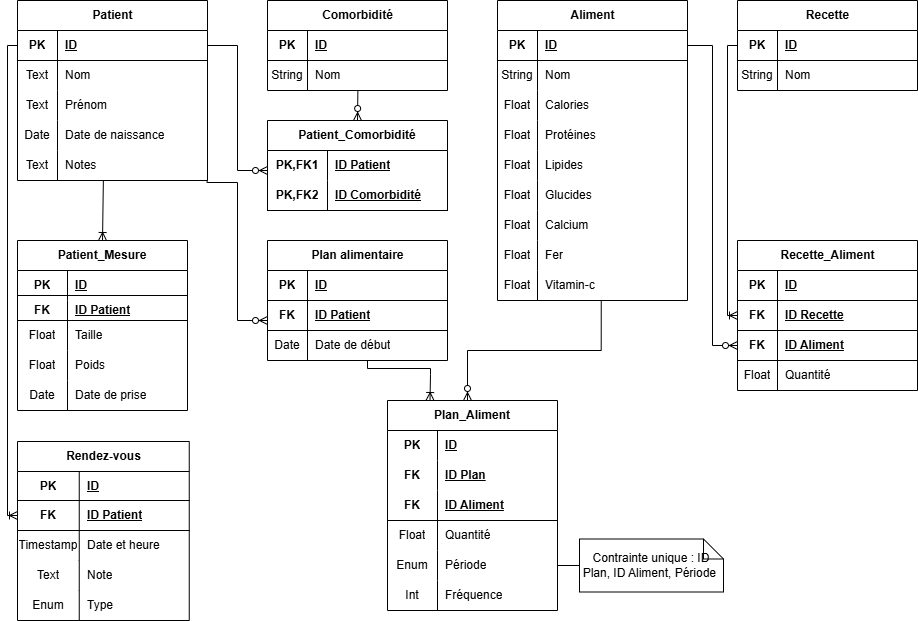
ZyDrew/DietLab-web keeps this draw.io diagram as docs/schema-db.png. Above is the earlier version. Source tidied: cells renumbered, new cells last; positions are measured from the earlier drawing's top-left corner, leaving out a move shared by most shapes.
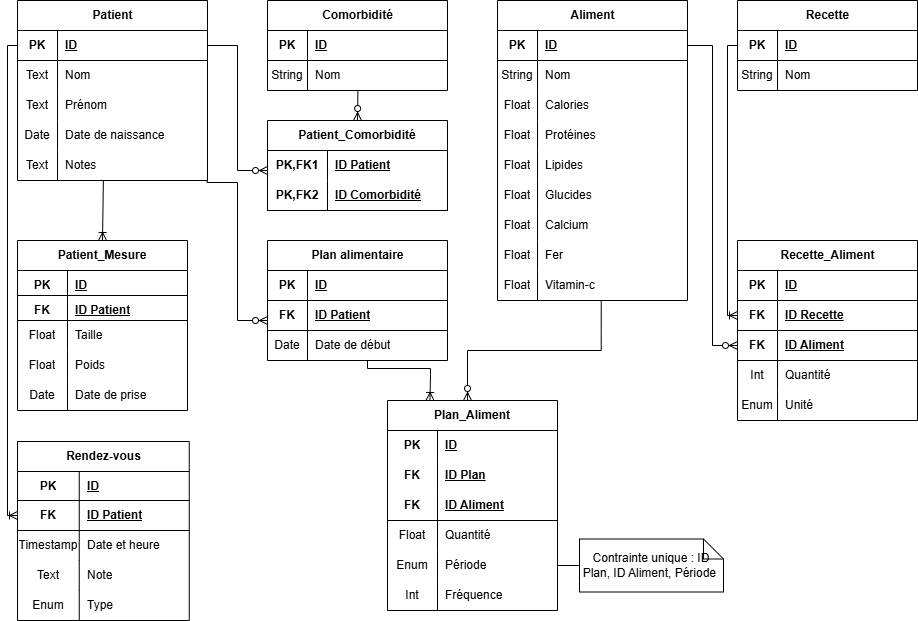
Later version of the same file.

Commit message:
v0.0.2 - Completed models + update on schemas + add dotenv

The edit, as a diff of the source:
```diff
@@ -373,7 +373,7 @@
       <mxGeometry x="40" width="140" height="30" as="geometry" />
     </mxCell>
     <mxCell id="119" value="Recette_Aliment" style="shape=table;startSize=30;rowLines=0;fontStyle=1;align=center;html=1;labelBackgroundColor=light-dark(#FFFFFF,#FFFFFF);fontColor=light-dark(#000000,#000000);strokeColor=light-dark(#000000,#000000);fillColor=light-dark(#FFFFFF,#FFFFFF);" parent="1" vertex="1">
-      <mxGeometry x="720" y="240" width="180" height="150" as="geometry" />
+      <mxGeometry x="720" y="240" width="180" height="180" as="geometry" />
     </mxCell>
     <mxCell id="120" style="shape=tableRow;horizontal=0;startSize=0;swimlaneHead=0;swimlaneBody=0;fillColor=none;top=0;left=0;right=0;bottom=1;labelBackgroundColor=light-dark(#FFFFFF,#FFFFFF);fontColor=light-dark(#000000,#000000);strokeColor=light-dark(#000000,#000000);" parent="119" vertex="1">
       <mxGeometry y="30" width="180" height="30" as="geometry" />
@@ -405,12 +405,21 @@
     <mxCell id="129" style="shape=tableRow;horizontal=0;startSize=0;swimlaneHead=0;swimlaneBody=0;fillColor=none;top=0;left=0;right=0;bottom=0;labelBackgroundColor=light-dark(#FFFFFF,#FFFFFF);fontColor=light-dark(#000000,#000000);strokeColor=light-dark(#000000,#000000);" parent="119" vertex="1">
       <mxGeometry y="120" width="180" height="30" as="geometry" />
     </mxCell>
-    <mxCell id="130" value="Float" style="shape=partialRectangle;fillColor=none;top=0;left=0;bottom=0;right=0;overflow=hidden;whiteSpace=wrap;html=1;labelBackgroundColor=light-dark(#FFFFFF,#FFFFFF);fontColor=light-dark(#000000,#000000);strokeColor=light-dark(#000000,#000000);" parent="129" vertex="1">
+    <mxCell id="130" value="Int" style="shape=partialRectangle;fillColor=none;top=0;left=0;bottom=0;right=0;overflow=hidden;whiteSpace=wrap;html=1;labelBackgroundColor=light-dark(#FFFFFF,#FFFFFF);fontColor=light-dark(#000000,#000000);strokeColor=light-dark(#000000,#000000);" parent="129" vertex="1">
       <mxGeometry width="40" height="30" as="geometry" />
     </mxCell>
     <mxCell id="131" value="Quantité" style="shape=partialRectangle;fillColor=none;top=0;left=0;bottom=0;right=0;align=left;spacingLeft=6;overflow=hidden;whiteSpace=wrap;html=1;labelBackgroundColor=light-dark(#FFFFFF,#FFFFFF);fontColor=light-dark(#000000,#000000);strokeColor=light-dark(#000000,#000000);" parent="129" vertex="1">
       <mxGeometry x="40" width="140" height="30" as="geometry" />
     </mxCell>
+    <mxCell id="153" style="shape=tableRow;horizontal=0;startSize=0;swimlaneHead=0;swimlaneBody=0;fillColor=none;top=0;left=0;right=0;bottom=0;labelBackgroundColor=light-dark(#FFFFFF,#FFFFFF);fontColor=light-dark(#000000,#000000);strokeColor=light-dark(#000000,#000000);" parent="119" vertex="1">
+      <mxGeometry y="150" width="180" height="30" as="geometry" />
+    </mxCell>
+    <mxCell id="154" value="Enum" style="shape=partialRectangle;fillColor=none;top=0;left=0;bottom=0;right=0;overflow=hidden;whiteSpace=wrap;html=1;labelBackgroundColor=light-dark(#FFFFFF,#FFFFFF);fontColor=light-dark(#000000,#000000);strokeColor=light-dark(#000000,#000000);" parent="153" vertex="1">
+      <mxGeometry width="40" height="30" as="geometry" />
+    </mxCell>
+    <mxCell id="155" value="Unité" style="shape=partialRectangle;fillColor=none;top=0;left=0;bottom=0;right=0;align=left;spacingLeft=6;overflow=hidden;whiteSpace=wrap;html=1;labelBackgroundColor=light-dark(#FFFFFF,#FFFFFF);fontColor=light-dark(#000000,#000000);strokeColor=light-dark(#000000,#000000);" parent="153" vertex="1">
+      <mxGeometry x="40" width="140" height="30" as="geometry" />
+    </mxCell>
     <mxCell id="132" style="edgeStyle=orthogonalEdgeStyle;fontSize=12;html=1;endArrow=ERzeroToMany;endFill=1;rounded=0;exitX=1;exitY=0.5;exitDx=0;exitDy=0;entryX=0;entryY=0.5;entryDx=0;entryDy=0;labelBackgroundColor=light-dark(#FFFFFF,#FFFFFF);fontColor=light-dark(#000000,#000000);strokeColor=light-dark(#000000,#000000);" parent="1" edge="1" source="64" target="126">
       <mxGeometry relative="1" as="geometry" />
     </mxCell>
```
